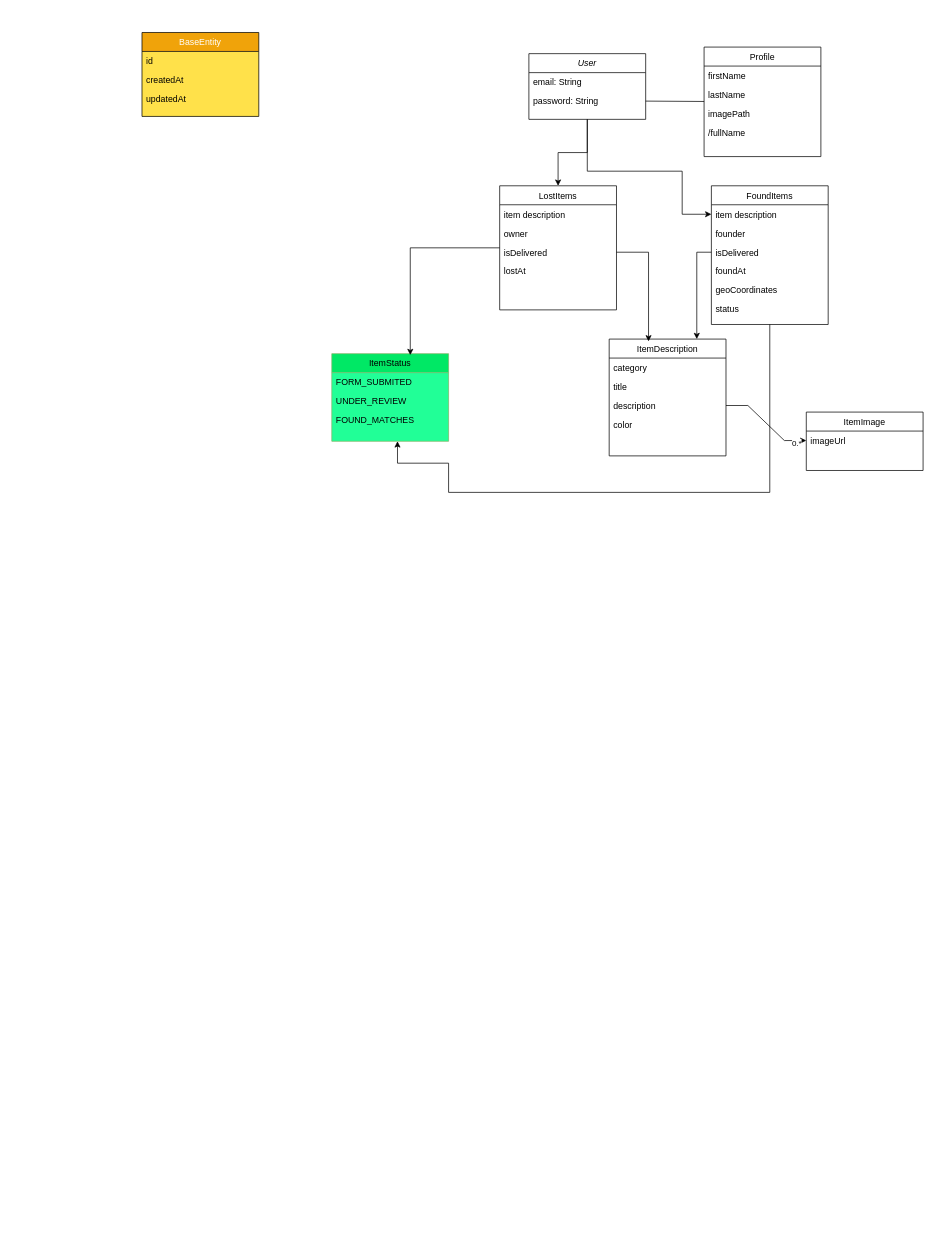
Above: Untitled Diagram.drawio in Dabaghi-Anass/content (draw.io), before the change. Source tidied: cells renumbered, new cells numbered last; positions are measured from the earlier drawing's top-left corner, leaving out a move shared by most shapes. Both pictures are drawn from the tidied source at 73%, with x=0, y=0 at pixel (142, 32).
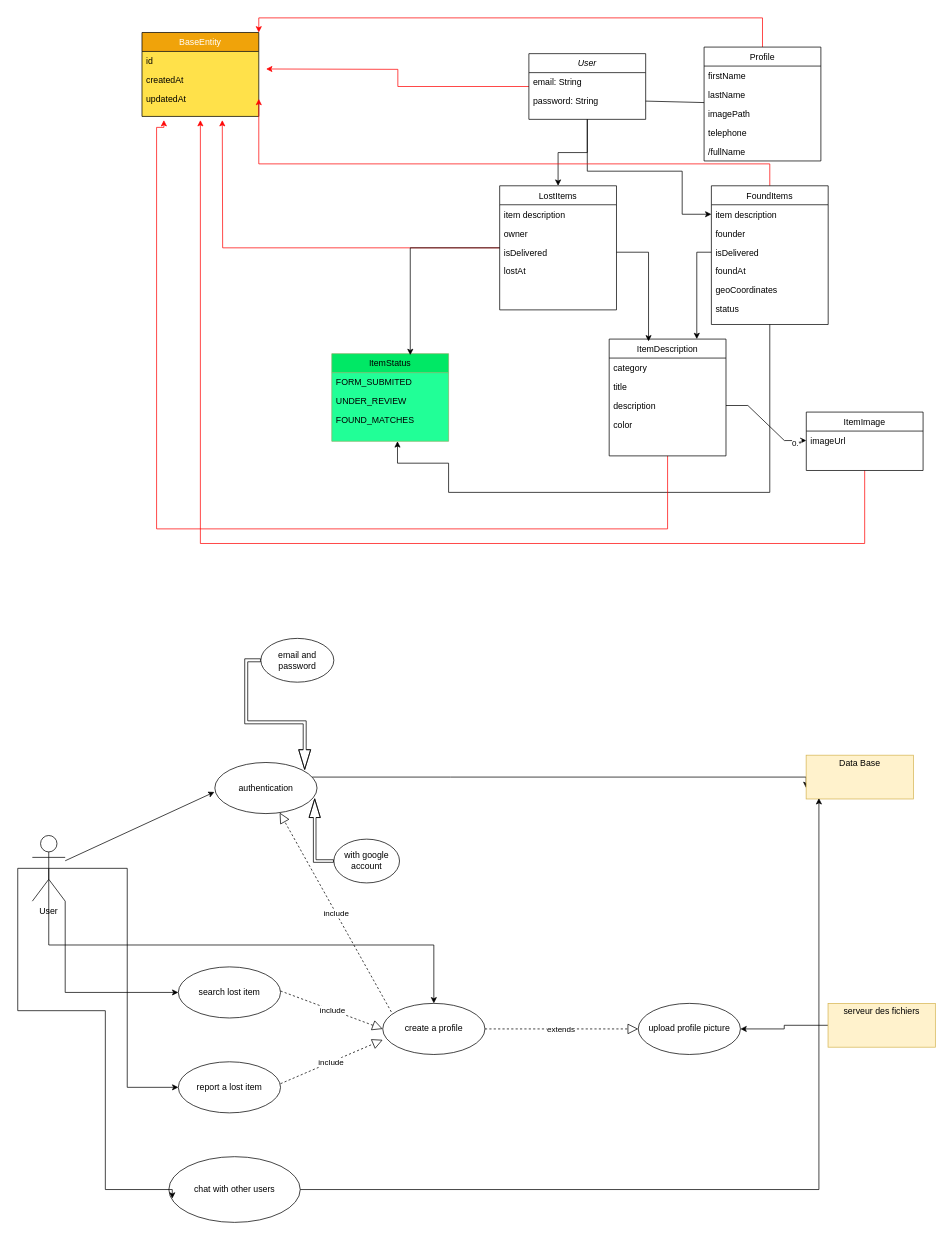
The same diagram, later.

The change refers to these unchanged cells:
```xml
<mxCell id="4" value="User" style="swimlane;fontStyle=2;align=center;verticalAlign=top;horizontal=1;startSize=26;rounded=0;shadow=0;strokeWidth=1;" parent="1" vertex="1">
  <mxGeometry x="530" y="29" width="160" height="90" as="geometry" />
</mxCell>
<mxCell id="12" value="BaseEntity" style="swimlane;fontStyle=0;align=center;verticalAlign=top;horizontal=1;startSize=26;rounded=0;shadow=0;strokeWidth=1;labelBackgroundColor=none;fillColor=#f0a30a;strokeColor=default;swimlaneFillColor=#FFE14A;fontColor=#FFFFFF;" parent="1" vertex="1">
  <mxGeometry width="160" height="115" as="geometry" />
</mxCell>
<mxCell id="15" value="updatedAt" style="text;align=left;verticalAlign=top;spacingLeft=4;spacingRight=4;overflow=hidden;points=[[0,0.5],[1,0.5]];portConstraint=eastwest;" parent="12" vertex="1">
  <mxGeometry y="78" width="160" height="26" as="geometry" />
</mxCell>
<mxCell id="17" value="LostItems" style="swimlane;fontStyle=0;align=center;verticalAlign=top;horizontal=1;startSize=26;rounded=0;shadow=0;strokeWidth=1;" parent="1" vertex="1">
  <mxGeometry x="490" y="210" width="160" height="170" as="geometry" />
</mxCell>
<mxCell id="23" value="FoundItems" style="swimlane;fontStyle=0;align=center;verticalAlign=top;horizontal=1;startSize=26;rounded=0;shadow=0;strokeWidth=1;" parent="1" vertex="1">
  <mxGeometry x="780" y="210" width="160" height="190" as="geometry" />
</mxCell>
<mxCell id="30" value="ItemDescription" style="swimlane;fontStyle=0;align=center;verticalAlign=top;horizontal=1;startSize=26;rounded=0;shadow=0;strokeWidth=1;" parent="1" vertex="1">
  <mxGeometry x="640" y="420" width="160" height="160" as="geometry" />
</mxCell>
<mxCell id="35" value="ItemImage" style="swimlane;fontStyle=0;align=center;verticalAlign=top;horizontal=1;startSize=26;rounded=0;shadow=0;strokeWidth=1;" parent="1" vertex="1">
  <mxGeometry x="910" y="520" width="160" height="80" as="geometry" />
</mxCell>
```

Diff of the diagram source:
```diff
@@
+    <mxCell id="46" style="edgeStyle=orthogonalEdgeStyle;rounded=0;jettySize=auto;html=1;strokeColor=#FF0505;" parent="1" edge="1" source="4">
+      <mxGeometry relative="1" as="geometry">
+        <mxPoint x="170" y="50" as="targetPoint" />
+      </mxGeometry>
+    </mxCell>
@@
+    <mxCell id="47" style="edgeStyle=orthogonalEdgeStyle;rounded=0;jettySize=auto;html=1;entryX=1;entryY=0;entryDx=0;entryDy=0;strokeColor=#FF0505;" parent="1" edge="1" source="7" target="12">
+      <mxGeometry relative="1" as="geometry">
+        <Array as="points">
+          <mxPoint x="850" y="-20" />
+          <mxPoint x="160" y="-20" />
+        </Array>
+      </mxGeometry>
+    </mxCell>
     <mxCell id="7" value="Profile" style="swimlane;fontStyle=0;align=center;verticalAlign=top;horizontal=1;startSize=26;rounded=0;shadow=0;strokeWidth=1;" parent="1" vertex="1">
-      <mxGeometry x="770" y="20" width="160" height="150" as="geometry" />
+      <mxGeometry x="770" y="20" width="160" height="156" as="geometry" />
     </mxCell>
@@
+    <mxCell id="48" value="telephone" style="text;align=left;verticalAlign=top;spacingLeft=4;spacingRight=4;overflow=hidden;rounded=0;shadow=0;html=0;" parent="7" vertex="1">
+      <mxGeometry y="104" width="160" height="26" as="geometry" />
+    </mxCell>
     <mxCell id="11" value="/fullName" style="text;align=left;verticalAlign=top;spacingLeft=4;spacingRight=4;overflow=hidden;rounded=0;shadow=0;html=0;" parent="7" vertex="1">
-      <mxGeometry y="104" width="160" height="26" as="geometry" />
+      <mxGeometry y="130" width="160" height="26" as="geometry" />
     </mxCell>
@@
+    <mxCell id="49" style="edgeStyle=orthogonalEdgeStyle;rounded=0;jettySize=auto;html=1;strokeColor=#FF0505;" parent="1" edge="1" source="17">
+      <mxGeometry relative="1" as="geometry">
+        <mxPoint x="110" y="120" as="targetPoint" />
+      </mxGeometry>
+    </mxCell>
@@
+    <mxCell id="50" style="edgeStyle=orthogonalEdgeStyle;rounded=0;jettySize=auto;html=1;entryX=1;entryY=0.5;entryDx=0;entryDy=0;strokeColor=#FF0505;" parent="1" edge="1" source="23" target="15">
+      <mxGeometry relative="1" as="geometry">
+        <Array as="points">
+          <mxPoint x="860" y="180" />
+          <mxPoint x="160" y="180" />
+        </Array>
+      </mxGeometry>
+    </mxCell>
@@
+    <mxCell id="51" style="edgeStyle=orthogonalEdgeStyle;rounded=0;jettySize=auto;html=1;strokeColor=#FF0505;" parent="1" edge="1" source="30">
+      <mxGeometry relative="1" as="geometry">
+        <mxPoint x="30" y="120" as="targetPoint" />
+        <Array as="points">
+          <mxPoint x="720" y="680" />
+          <mxPoint x="20" y="680" />
+          <mxPoint x="20" y="130" />
+        </Array>
+      </mxGeometry>
+    </mxCell>
@@
+    <mxCell id="52" style="edgeStyle=orthogonalEdgeStyle;rounded=0;jettySize=auto;html=1;strokeColor=#FF0505;" parent="1" edge="1" source="35">
+      <mxGeometry relative="1" as="geometry">
+        <mxPoint x="80" y="120" as="targetPoint" />
+        <Array as="points">
+          <mxPoint x="990" y="700" />
+          <mxPoint x="80" y="700" />
+        </Array>
+      </mxGeometry>
+    </mxCell>
@@
+    <mxCell id="53" style="edgeStyle=orthogonalEdgeStyle;rounded=0;jettySize=auto;html=1;entryX=0;entryY=0.75;entryDx=0;entryDy=0;" parent="1" edge="1" source="54" target="64">
+      <mxGeometry relative="1" as="geometry">
+        <Array as="points">
+          <mxPoint x="422.8" y="1020" />
+          <mxPoint x="422.8" y="1020" />
+        </Array>
+      </mxGeometry>
+    </mxCell>
+    <mxCell id="54" value="authentication" style="ellipse;whiteSpace=wrap;html=1;" parent="1" vertex="1">
+      <mxGeometry x="99.8" y="1000" width="140" height="70" as="geometry" />
+    </mxCell>
+    <mxCell id="55" style="edgeStyle=orthogonalEdgeStyle;rounded=0;jettySize=auto;html=1;exitX=1;exitY=1;exitDx=0;exitDy=0;exitPerimeter=0;entryX=0;entryY=0.5;entryDx=0;entryDy=0;" parent="1" edge="1" source="58" target="65">
+      <mxGeometry relative="1" as="geometry" />
+    </mxCell>
+    <mxCell id="56" style="edgeStyle=orthogonalEdgeStyle;rounded=0;jettySize=auto;html=1;exitX=0.5;exitY=0.5;exitDx=0;exitDy=0;exitPerimeter=0;entryX=0;entryY=0.5;entryDx=0;entryDy=0;" parent="1" edge="1" source="58" target="66">
+      <mxGeometry relative="1" as="geometry">
+        <Array as="points">
+          <mxPoint x="-20.2" y="1145" />
+          <mxPoint x="-20.2" y="1445" />
+        </Array>
+      </mxGeometry>
+    </mxCell>
+    <mxCell id="57" style="edgeStyle=orthogonalEdgeStyle;rounded=0;jettySize=auto;html=1;exitX=0.5;exitY=0.5;exitDx=0;exitDy=0;exitPerimeter=0;" parent="1" edge="1" source="58" target="67">
+      <mxGeometry relative="1" as="geometry">
+        <Array as="points">
+          <mxPoint x="-127.2" y="1250" />
+          <mxPoint x="399.8" y="1250" />
+        </Array>
+      </mxGeometry>
+    </mxCell>
+    <mxCell id="58" value="User" style="shape=umlActor;verticalLabelPosition=bottom;verticalAlign=top;html=1;" parent="1" vertex="1">
+      <mxGeometry x="-150.2" y="1100" width="45" height="90" as="geometry" />
+    </mxCell>
+    <mxCell id="59" style="edgeStyle=orthogonalEdgeStyle;rounded=0;jettySize=auto;html=1;exitX=0;exitY=0.5;exitDx=0;exitDy=0;entryX=0.879;entryY=0.143;entryDx=0;entryDy=0;entryPerimeter=0;shape=flexArrow;endWidth=11.282051282051283;endSize=8.682051282051281;width=4.102564102564103;" parent="1" edge="1" source="60" target="54">
+      <mxGeometry relative="1" as="geometry" />
+    </mxCell>
+    <mxCell id="60" value="email and password" style="ellipse;whiteSpace=wrap;html=1;" parent="1" vertex="1">
+      <mxGeometry x="162.8" y="830" width="100" height="60" as="geometry" />
+    </mxCell>
+    <mxCell id="61" value="with google account" style="ellipse;whiteSpace=wrap;html=1;" parent="1" vertex="1">
+      <mxGeometry x="262.8" y="1105" width="90" height="60" as="geometry" />
+    </mxCell>
+    <mxCell id="62" style="edgeStyle=orthogonalEdgeStyle;rounded=0;jettySize=auto;html=1;entryX=0.977;entryY=0.704;entryDx=0;entryDy=0;entryPerimeter=0;shape=flexArrow;endWidth=10.76923076923077;endSize=8.210256410256411;width=3.58974358974359;" parent="1" edge="1" source="61" target="54">
+      <mxGeometry relative="1" as="geometry" />
+    </mxCell>
+    <mxCell id="63" style="rounded=0;jettySize=auto;html=1;entryX=-0.004;entryY=0.578;entryDx=0;entryDy=0;entryPerimeter=0;" parent="1" edge="1" source="58" target="54">
+      <mxGeometry relative="1" as="geometry" />
+    </mxCell>
+    <mxCell id="64" value="&lt;p style=&quot;margin:0px;margin-top:4px;text-align:center;&quot;&gt;Data Base&lt;/p&gt;" style="verticalAlign=top;align=left;overflow=fill;html=1;whiteSpace=wrap;fillColor=#fff2cc;strokeColor=#d6b656;" parent="1" vertex="1">
+      <mxGeometry x="909.8" y="990" width="147" height="60" as="geometry" />
+    </mxCell>
+    <mxCell id="65" value="search lost item" style="ellipse;whiteSpace=wrap;html=1;" parent="1" vertex="1">
+      <mxGeometry x="49.8" y="1280" width="140" height="70" as="geometry" />
+    </mxCell>
+    <mxCell id="66" value="report a lost item" style="ellipse;whiteSpace=wrap;html=1;" parent="1" vertex="1">
+      <mxGeometry x="49.8" y="1410" width="140" height="70" as="geometry" />
+    </mxCell>
+    <mxCell id="67" value="create a profile" style="ellipse;whiteSpace=wrap;html=1;" parent="1" vertex="1">
+      <mxGeometry x="329.8" y="1330" width="140" height="70" as="geometry" />
+    </mxCell>
+    <mxCell id="68" value="chat with other users" style="ellipse;whiteSpace=wrap;html=1;" parent="1" vertex="1">
+      <mxGeometry x="36.8" y="1540" width="180" height="90" as="geometry" />
+    </mxCell>
+    <mxCell id="69" style="endArrow=block;dashed=1;endFill=0;endSize=12;html=1;rounded=0;exitX=0.084;exitY=0.167;exitDx=0;exitDy=0;exitPerimeter=0;" parent="1" edge="1" source="67" target="54">
+      <mxGeometry relative="1" as="geometry" />
+    </mxCell>
+    <mxCell id="70" value="include" style="edgeLabel;html=1;align=center;verticalAlign=middle;" parent="69" vertex="1">
+      <mxGeometry x="-0.01" relative="1" as="geometry" />
+    </mxCell>
+    <mxCell id="71" style="endArrow=block;dashed=1;endFill=0;endSize=12;html=1;rounded=0;exitX=0.084;exitY=0.167;exitDx=0;exitDy=0;exitPerimeter=0;entryX=0;entryY=0.5;entryDx=0;entryDy=0;" parent="1" edge="1" target="67">
+      <mxGeometry relative="1" as="geometry">
+        <mxPoint x="189.8" y="1313" as="sourcePoint" />
+      </mxGeometry>
+    </mxCell>
+    <mxCell id="72" value="include" style="edgeLabel;html=1;align=center;verticalAlign=middle;" parent="71" vertex="1">
+      <mxGeometry relative="1" as="geometry" />
+    </mxCell>
+    <mxCell id="73" style="endArrow=block;dashed=1;endFill=0;endSize=12;html=1;rounded=0;exitX=0.084;exitY=0.167;exitDx=0;exitDy=0;exitPerimeter=0;entryX=0;entryY=0.714;entryDx=0;entryDy=0;entryPerimeter=0;" parent="1" edge="1" target="67">
+      <mxGeometry relative="1" as="geometry">
+        <mxPoint x="189.8" y="1440" as="sourcePoint" />
+      </mxGeometry>
+    </mxCell>
+    <mxCell id="74" value="include" style="edgeLabel;html=1;align=center;verticalAlign=middle;" parent="73" vertex="1">
+      <mxGeometry x="-0.01" relative="1" as="geometry" />
+    </mxCell>
+    <mxCell id="75" style="endArrow=block;dashed=1;endFill=0;endSize=12;html=1;rounded=0;exitX=0.084;exitY=0.167;exitDx=0;exitDy=0;exitPerimeter=0;entryX=0;entryY=0.5;entryDx=0;entryDy=0;" parent="1" edge="1" target="77">
+      <mxGeometry relative="1" as="geometry">
+        <mxPoint x="469.8" y="1365" as="sourcePoint" />
+      </mxGeometry>
+    </mxCell>
+    <mxCell id="76" value="extends" style="edgeLabel;html=1;align=center;verticalAlign=middle;" parent="75" vertex="1">
+      <mxGeometry x="-0.01" relative="1" as="geometry" />
+    </mxCell>
+    <mxCell id="77" value="upload profile picture" style="ellipse;whiteSpace=wrap;html=1;" parent="1" vertex="1">
+      <mxGeometry x="679.8" y="1330" width="140" height="70" as="geometry" />
+    </mxCell>
+    <mxCell id="78" style="edgeStyle=orthogonalEdgeStyle;rounded=0;jettySize=auto;html=1;" parent="1" edge="1" source="79" target="77">
+      <mxGeometry relative="1" as="geometry" />
+    </mxCell>
+    <mxCell id="79" value="&lt;p style=&quot;margin:0px;margin-top:4px;text-align:center;&quot;&gt;serveur des fichiers&lt;/p&gt;" style="verticalAlign=top;align=left;overflow=fill;html=1;whiteSpace=wrap;fillColor=#fff2cc;strokeColor=#d6b656;" parent="1" vertex="1">
+      <mxGeometry x="939.8" y="1330" width="147" height="60" as="geometry" />
+    </mxCell>
+    <mxCell id="80" style="edgeStyle=orthogonalEdgeStyle;rounded=0;jettySize=auto;html=1;exitX=0.5;exitY=0.5;exitDx=0;exitDy=0;exitPerimeter=0;entryX=0.026;entryY=0.638;entryDx=0;entryDy=0;entryPerimeter=0;" parent="1" edge="1" source="58" target="68">
+      <mxGeometry relative="1" as="geometry">
+        <Array as="points">
+          <mxPoint x="-170.2" y="1145" />
+          <mxPoint x="-170.2" y="1340" />
+          <mxPoint x="-50.2" y="1340" />
+          <mxPoint x="-50.2" y="1585" />
+          <mxPoint x="41.8" y="1585" />
+        </Array>
+      </mxGeometry>
+    </mxCell>
+    <mxCell id="81" style="edgeStyle=orthogonalEdgeStyle;rounded=0;jettySize=auto;html=1;entryX=0.119;entryY=0.981;entryDx=0;entryDy=0;entryPerimeter=0;" parent="1" edge="1" source="68" target="64">
+      <mxGeometry relative="1" as="geometry">
+        <Array as="points">
+          <mxPoint x="927.8" y="1585" />
+        </Array>
+      </mxGeometry>
+    </mxCell>
```
